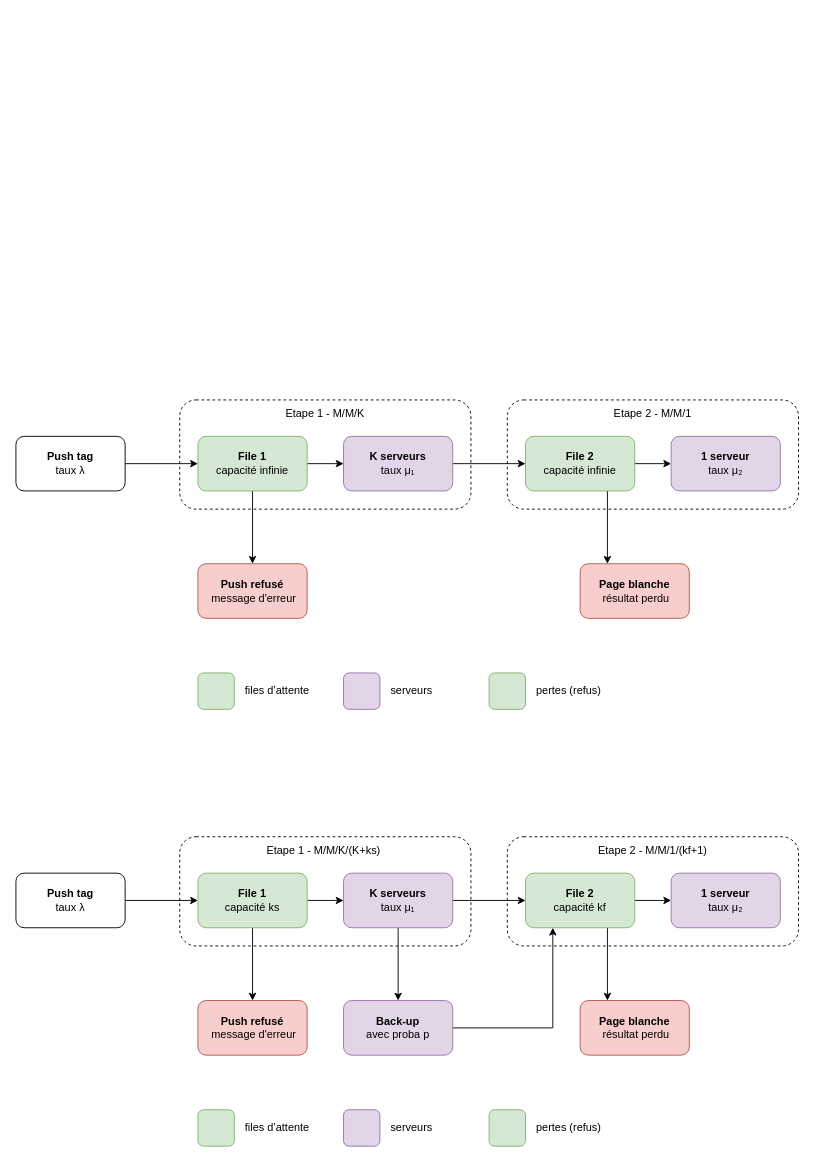
Before: assets/diagrames.drawio in marc78s/ERO2, a draw.io diagram. Source tidied: cells renumbered, new cells numbered last; positions are measured from the earlier drawing's top-left corner, leaving out a move shared by most shapes. Both pictures are drawn from the tidied source at 91%, with x=0, y=0 at pixel (15, 399).
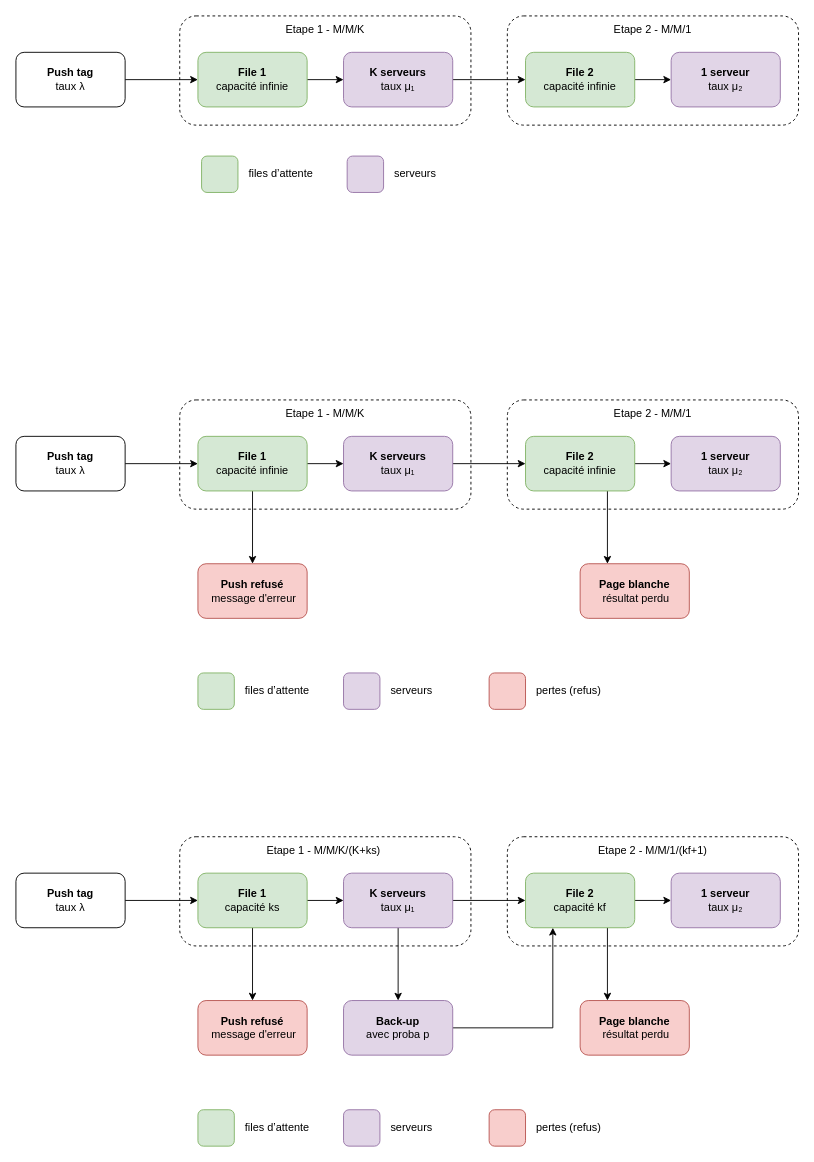
The same page after the edit.

Commit message (it also covers changes not shown here):
feat(archi): new script and notebook file architecture

What changed in the source:
```diff
@@
-    <mxCell id="24" style="rounded=1;whiteSpace=wrap;html=1;fillColor=#d5e8d4;strokeColor=#82b366;" parent="1" vertex="1">
+    <mxCell id="24" style="rounded=1;whiteSpace=wrap;html=1;fillColor=#f8cecc;strokeColor=#b85450;" parent="1" vertex="1">
       <mxGeometry x="520" y="780" width="40" height="40" as="geometry" />
     </mxCell>
@@
-    <mxCell id="47" style="rounded=1;whiteSpace=wrap;html=1;fillColor=#d5e8d4;strokeColor=#82b366;" parent="1" vertex="1">
+    <mxCell id="47" style="rounded=1;whiteSpace=wrap;html=1;fillColor=#f8cecc;strokeColor=#b85450;" parent="1" vertex="1">
       <mxGeometry x="520" y="300" width="40" height="40" as="geometry" />
     </mxCell>
@@
+    <mxCell id="51" style="rounded=1;whiteSpace=wrap;html=1;dashed=1;" parent="1" vertex="1">
+      <mxGeometry x="540" y="-422" width="320" height="120" as="geometry" />
+    </mxCell>
+    <mxCell id="52" style="rounded=1;whiteSpace=wrap;html=1;dashed=1;" parent="1" vertex="1">
+      <mxGeometry x="180" y="-422" width="320" height="120" as="geometry" />
+    </mxCell>
+    <mxCell id="53" style="edgeStyle=orthogonalEdgeStyle;rounded=0;jettySize=auto;html=1;" parent="1" edge="1" source="54" target="56">
+      <mxGeometry relative="1" as="geometry" />
+    </mxCell>
+    <mxCell id="54" value="&lt;b&gt;Push tag &lt;/b&gt;&lt;br&gt;taux λ" style="rounded=1;whiteSpace=wrap;html=1;" parent="1" vertex="1">
+      <mxGeometry y="-382" width="120" height="60" as="geometry" />
+    </mxCell>
+    <mxCell id="55" style="edgeStyle=orthogonalEdgeStyle;rounded=0;jettySize=auto;html=1;" parent="1" edge="1" source="56" target="58">
+      <mxGeometry relative="1" as="geometry" />
+    </mxCell>
+    <mxCell id="56" value="&lt;b&gt;File 1 &lt;/b&gt;&lt;br&gt;capacité infinie" style="rounded=1;whiteSpace=wrap;html=1;fillColor=#d5e8d4;strokeColor=#82b366;" parent="1" vertex="1">
+      <mxGeometry x="200" y="-382" width="120" height="60" as="geometry" />
+    </mxCell>
+    <mxCell id="57" style="edgeStyle=orthogonalEdgeStyle;rounded=0;jettySize=auto;html=1;" parent="1" edge="1" source="58" target="60">
+      <mxGeometry relative="1" as="geometry" />
+    </mxCell>
+    <mxCell id="58" value="&lt;b&gt;K serveurs &lt;/b&gt;&lt;br&gt;taux μ₁" style="rounded=1;whiteSpace=wrap;html=1;fillColor=#e1d5e7;strokeColor=#9673a6;" parent="1" vertex="1">
+      <mxGeometry x="360" y="-382" width="120" height="60" as="geometry" />
+    </mxCell>
+    <mxCell id="59" style="edgeStyle=orthogonalEdgeStyle;rounded=0;jettySize=auto;html=1;" parent="1" edge="1" source="60" target="61">
+      <mxGeometry relative="1" as="geometry" />
+    </mxCell>
+    <mxCell id="60" value="&lt;b&gt;File 2 &lt;/b&gt;&lt;br&gt;capacité infinie" style="rounded=1;whiteSpace=wrap;html=1;fillColor=#d5e8d4;strokeColor=#82b366;" parent="1" vertex="1">
+      <mxGeometry x="560" y="-382" width="120" height="60" as="geometry" />
+    </mxCell>
+    <mxCell id="61" value="&lt;b&gt;1 serveur &lt;/b&gt;&lt;br&gt;taux μ₂" style="rounded=1;whiteSpace=wrap;html=1;fillColor=#e1d5e7;strokeColor=#9673a6;" parent="1" vertex="1">
+      <mxGeometry x="720" y="-382" width="120" height="60" as="geometry" />
+    </mxCell>
+    <mxCell id="62" value="Etape 1 - M/M/K" style="text;html=1;whiteSpace=wrap;strokeColor=none;fillColor=none;align=center;verticalAlign=middle;rounded=0;" parent="1" vertex="1">
+      <mxGeometry x="200" y="-422" width="280" height="30" as="geometry" />
+    </mxCell>
+    <mxCell id="63" value="Etape 2 - M/M/1" style="text;html=1;whiteSpace=wrap;strokeColor=none;fillColor=none;align=center;verticalAlign=middle;rounded=0;" parent="1" vertex="1">
+      <mxGeometry x="560" y="-422" width="280" height="30" as="geometry" />
+    </mxCell>
+    <mxCell id="64" style="rounded=1;whiteSpace=wrap;html=1;fillColor=#d5e8d4;strokeColor=#82b366;" parent="1" vertex="1">
+      <mxGeometry x="204" y="-268" width="40" height="40" as="geometry" />
+    </mxCell>
+    <mxCell id="65" style="rounded=1;whiteSpace=wrap;html=1;fillColor=#e1d5e7;strokeColor=#9673a6;" parent="1" vertex="1">
+      <mxGeometry x="364" y="-268" width="40" height="40" as="geometry" />
+    </mxCell>
+    <mxCell id="66" value="files d’attente" style="text;html=1;whiteSpace=wrap;strokeColor=none;fillColor=none;align=left;verticalAlign=middle;rounded=0;" parent="1" vertex="1">
+      <mxGeometry x="254" y="-263" width="120" height="30" as="geometry" />
+    </mxCell>
+    <mxCell id="67" value="serveurs" style="text;html=1;whiteSpace=wrap;strokeColor=none;fillColor=none;align=left;verticalAlign=middle;rounded=0;" parent="1" vertex="1">
+      <mxGeometry x="414" y="-263" width="80" height="30" as="geometry" />
+    </mxCell>
```
